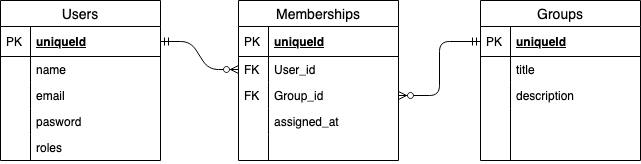
rihardsgrig/user_management_api keeps this draw.io diagram as docs/ERD.png. Above is the earlier version. Source tidied: cells renumbered, new cells last; positions are measured from the earlier drawing's top-left corner, leaving out a move shared by most shapes. The source it was exported from:
```xml
<mxGraphModel>
  <root>
    <mxCell id="0" />
    <mxCell id="1" parent="0" />
    <mxCell id="2" style="edgeStyle=entityRelationEdgeStyle;fontSize=12;html=1;endArrow=ERzeroToMany;exitX=1;exitY=0.5;exitDx=0;exitDy=0;endFill=1;startArrow=ERmandOne;startFill=0;entryX=0;entryY=0.5;entryDx=0;entryDy=0;" parent="1" edge="1" source="25" target="7">
      <mxGeometry relative="1" as="geometry" />
    </mxCell>
    <mxCell id="3" style="fontSize=12;html=1;endArrow=ERzeroToMany;exitX=0;exitY=0.5;exitDx=0;exitDy=0;entryX=1;entryY=0.5;entryDx=0;entryDy=0;endFill=1;startArrow=ERmandOne;startFill=0;edgeStyle=orthogonalEdgeStyle;" parent="1" edge="1" source="16" target="9">
      <mxGeometry relative="1" as="geometry" />
    </mxCell>
    <mxCell id="4" value="Memberships" style="swimlane;fontStyle=0;horizontal=1;startSize=26;align=center;fontSize=14;" parent="1" vertex="1">
      <mxGeometry x="238" width="160" height="160" as="geometry" />
    </mxCell>
    <mxCell id="5" value="uniqueId" style="shape=partialRectangle;top=0;left=0;right=0;bottom=1;align=left;verticalAlign=middle;fillColor=none;spacingLeft=34;spacingRight=4;overflow=hidden;fontStyle=5;fontSize=12;" parent="4" vertex="1">
      <mxGeometry y="26" width="160" height="30" as="geometry" />
    </mxCell>
    <mxCell id="6" value="PK" style="shape=partialRectangle;top=0;left=0;bottom=0;fillColor=none;align=left;verticalAlign=middle;spacingLeft=4;spacingRight=4;overflow=hidden;fontSize=12;" parent="5" vertex="1">
      <mxGeometry width="30" height="30" as="geometry" />
    </mxCell>
    <mxCell id="7" value="User_id" style="shape=partialRectangle;top=0;left=0;right=0;bottom=0;align=left;verticalAlign=top;fillColor=none;spacingLeft=34;spacingRight=4;overflow=hidden;points=[[0,0.5],[1,0.5]];portConstraint=eastwest;fontSize=12;" parent="4" vertex="1">
      <mxGeometry y="56" width="160" height="26" as="geometry" />
    </mxCell>
    <mxCell id="8" value="FK" style="shape=partialRectangle;top=0;left=0;bottom=0;fillColor=none;align=left;verticalAlign=top;spacingLeft=4;spacingRight=4;overflow=hidden;fontSize=12;" parent="7" vertex="1">
      <mxGeometry width="30" height="26" as="geometry" />
    </mxCell>
    <mxCell id="9" value="Group_id" style="shape=partialRectangle;top=0;left=0;right=0;bottom=0;align=left;verticalAlign=top;fillColor=none;spacingLeft=34;spacingRight=4;overflow=hidden;points=[[0,0.5],[1,0.5]];portConstraint=eastwest;fontSize=12;" parent="4" vertex="1">
      <mxGeometry y="82" width="160" height="26" as="geometry" />
    </mxCell>
    <mxCell id="10" value="FK" style="shape=partialRectangle;top=0;left=0;bottom=0;fillColor=none;align=left;verticalAlign=top;spacingLeft=4;spacingRight=4;overflow=hidden;fontSize=12;" parent="9" vertex="1">
      <mxGeometry width="30" height="26" as="geometry" />
    </mxCell>
    <mxCell id="11" value="assigned_at" style="shape=partialRectangle;top=0;left=0;right=0;bottom=0;align=left;verticalAlign=top;fillColor=none;spacingLeft=34;spacingRight=4;overflow=hidden;fontSize=12;" parent="4" vertex="1">
      <mxGeometry y="108" width="160" height="26" as="geometry" />
    </mxCell>
    <mxCell id="12" style="shape=partialRectangle;top=0;left=0;bottom=0;fillColor=none;align=left;verticalAlign=top;spacingLeft=4;spacingRight=4;overflow=hidden;fontSize=12;" parent="11" vertex="1">
      <mxGeometry width="30" height="26" as="geometry" />
    </mxCell>
    <mxCell id="13" style="shape=partialRectangle;top=0;left=0;right=0;bottom=0;align=left;verticalAlign=top;fillColor=none;spacingLeft=34;spacingRight=4;overflow=hidden;fontSize=12;" parent="4" vertex="1">
      <mxGeometry y="134" width="160" height="26" as="geometry" />
    </mxCell>
    <mxCell id="14" style="shape=partialRectangle;top=0;left=0;bottom=0;fillColor=none;align=left;verticalAlign=top;spacingLeft=4;spacingRight=4;overflow=hidden;fontSize=12;" parent="13" vertex="1">
      <mxGeometry width="30" height="26" as="geometry" />
    </mxCell>
    <mxCell id="15" value="Groups" style="swimlane;fontStyle=0;horizontal=1;startSize=26;align=center;fontSize=14;" parent="1" vertex="1">
      <mxGeometry x="480" width="160" height="160" as="geometry" />
    </mxCell>
    <mxCell id="16" value="uniqueId" style="shape=partialRectangle;top=0;left=0;right=0;bottom=1;align=left;verticalAlign=middle;fillColor=none;spacingLeft=34;spacingRight=4;overflow=hidden;points=[[0,0.5],[1,0.5]];portConstraint=eastwest;fontStyle=5;fontSize=12;" parent="15" vertex="1">
      <mxGeometry y="26" width="160" height="30" as="geometry" />
    </mxCell>
    <mxCell id="17" value="PK" style="shape=partialRectangle;top=0;left=0;bottom=0;fillColor=none;align=left;verticalAlign=middle;spacingLeft=4;spacingRight=4;overflow=hidden;fontSize=12;" parent="16" vertex="1">
      <mxGeometry width="30" height="30" as="geometry" />
    </mxCell>
    <mxCell id="18" value="title" style="shape=partialRectangle;top=0;left=0;right=0;bottom=0;align=left;verticalAlign=top;fillColor=none;spacingLeft=34;spacingRight=4;overflow=hidden;fontSize=12;" parent="15" vertex="1">
      <mxGeometry y="56" width="160" height="26" as="geometry" />
    </mxCell>
    <mxCell id="19" style="shape=partialRectangle;top=0;left=0;bottom=0;fillColor=none;align=left;verticalAlign=top;spacingLeft=4;spacingRight=4;overflow=hidden;fontSize=12;" parent="18" vertex="1">
      <mxGeometry width="30" height="26" as="geometry" />
    </mxCell>
    <mxCell id="20" value="description" style="shape=partialRectangle;top=0;left=0;right=0;bottom=0;align=left;verticalAlign=top;fillColor=none;spacingLeft=34;spacingRight=4;overflow=hidden;fontSize=12;" parent="15" vertex="1">
      <mxGeometry y="82" width="160" height="26" as="geometry" />
    </mxCell>
    <mxCell id="21" style="shape=partialRectangle;top=0;left=0;bottom=0;fillColor=none;align=left;verticalAlign=top;spacingLeft=4;spacingRight=4;overflow=hidden;fontSize=12;" parent="20" vertex="1">
      <mxGeometry width="30" height="26" as="geometry" />
    </mxCell>
    <mxCell id="22" style="shape=partialRectangle;top=0;left=0;right=0;bottom=0;align=left;verticalAlign=top;fillColor=none;spacingLeft=34;spacingRight=4;overflow=hidden;fontSize=12;" parent="15" vertex="1">
      <mxGeometry y="108" width="160" height="52" as="geometry" />
    </mxCell>
    <mxCell id="23" style="shape=partialRectangle;top=0;left=0;bottom=0;fillColor=none;align=left;verticalAlign=top;spacingLeft=4;spacingRight=4;overflow=hidden;fontSize=12;" parent="22" vertex="1">
      <mxGeometry width="30" height="52" as="geometry" />
    </mxCell>
    <mxCell id="24" value="Users" style="swimlane;fontStyle=0;horizontal=1;startSize=26;align=center;fontSize=14;" parent="1" vertex="1">
      <mxGeometry width="160" height="160" as="geometry" />
    </mxCell>
    <mxCell id="25" value="uniqueId" style="shape=partialRectangle;top=0;left=0;right=0;bottom=1;align=left;verticalAlign=middle;fillColor=none;spacingLeft=34;spacingRight=4;overflow=hidden;points=[[0,0.5],[1,0.5]];portConstraint=eastwest;fontStyle=5;fontSize=12;" parent="24" vertex="1">
      <mxGeometry y="26" width="160" height="30" as="geometry" />
    </mxCell>
    <mxCell id="26" value="PK" style="shape=partialRectangle;top=0;left=0;bottom=0;fillColor=none;align=left;verticalAlign=middle;spacingLeft=4;spacingRight=4;overflow=hidden;fontSize=12;" parent="25" vertex="1">
      <mxGeometry width="30" height="30" as="geometry" />
    </mxCell>
    <mxCell id="27" value="name" style="shape=partialRectangle;top=0;left=0;right=0;bottom=0;align=left;verticalAlign=top;fillColor=none;spacingLeft=34;spacingRight=4;overflow=hidden;fontSize=12;" parent="24" vertex="1">
      <mxGeometry y="56" width="160" height="26" as="geometry" />
    </mxCell>
    <mxCell id="28" style="shape=partialRectangle;top=0;left=0;bottom=0;fillColor=none;align=left;verticalAlign=top;spacingLeft=4;spacingRight=4;overflow=hidden;fontSize=12;" parent="27" vertex="1">
      <mxGeometry width="30" height="26" as="geometry" />
    </mxCell>
    <mxCell id="29" value="email" style="shape=partialRectangle;top=0;left=0;right=0;bottom=0;align=left;verticalAlign=top;fillColor=none;spacingLeft=34;spacingRight=4;overflow=hidden;fontSize=12;" parent="24" vertex="1">
      <mxGeometry y="82" width="160" height="26" as="geometry" />
    </mxCell>
    <mxCell id="30" style="shape=partialRectangle;top=0;left=0;bottom=0;fillColor=none;align=left;verticalAlign=top;spacingLeft=4;spacingRight=4;overflow=hidden;fontSize=12;" parent="29" vertex="1">
      <mxGeometry width="30" height="26" as="geometry" />
    </mxCell>
    <mxCell id="31" value="pasword" style="shape=partialRectangle;top=0;left=0;right=0;bottom=0;align=left;verticalAlign=top;fillColor=none;spacingLeft=34;spacingRight=4;overflow=hidden;fontSize=12;" parent="24" vertex="1">
      <mxGeometry y="108" width="160" height="26" as="geometry" />
    </mxCell>
    <mxCell id="32" style="shape=partialRectangle;top=0;left=0;bottom=0;fillColor=none;align=left;verticalAlign=top;spacingLeft=4;spacingRight=4;overflow=hidden;fontSize=12;" parent="31" vertex="1">
      <mxGeometry width="30" height="26" as="geometry" />
    </mxCell>
    <mxCell id="33" value="roles&#10;" style="shape=partialRectangle;top=0;left=0;right=0;bottom=0;align=left;verticalAlign=top;fillColor=none;spacingLeft=34;spacingRight=4;overflow=hidden;fontSize=12;" parent="24" vertex="1">
      <mxGeometry y="134" width="160" height="26" as="geometry" />
    </mxCell>
    <mxCell id="34" style="shape=partialRectangle;top=0;left=0;bottom=0;fillColor=none;align=left;verticalAlign=top;spacingLeft=4;spacingRight=4;overflow=hidden;fontSize=12;" parent="33" vertex="1">
      <mxGeometry width="30" height="26" as="geometry" />
    </mxCell>
  </root>
</mxGraphModel>
```
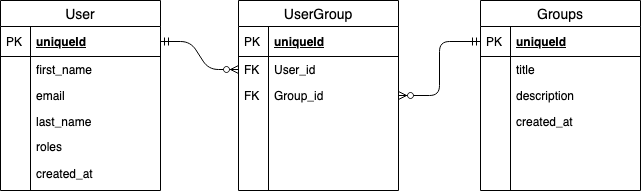
After the commit.

Diff of the diagram source:
```diff
@@ -8,8 +8,8 @@
     <mxCell id="3" style="fontSize=12;html=1;endArrow=ERzeroToMany;exitX=0;exitY=0.5;exitDx=0;exitDy=0;entryX=1;entryY=0.5;entryDx=0;entryDy=0;endFill=1;startArrow=ERmandOne;startFill=0;edgeStyle=orthogonalEdgeStyle;" parent="1" edge="1" source="16" target="9">
       <mxGeometry relative="1" as="geometry" />
     </mxCell>
-    <mxCell id="4" value="Memberships" style="swimlane;fontStyle=0;horizontal=1;startSize=26;align=center;fontSize=14;" parent="1" vertex="1">
-      <mxGeometry x="238" width="160" height="160" as="geometry" />
+    <mxCell id="4" value="UserGroup" style="swimlane;fontStyle=0;horizontal=1;startSize=26;align=center;fontSize=14;" parent="1" vertex="1">
+      <mxGeometry x="238" width="160" height="190" as="geometry" />
     </mxCell>
     <mxCell id="5" value="uniqueId" style="shape=partialRectangle;top=0;left=0;right=0;bottom=1;align=left;verticalAlign=middle;fillColor=none;spacingLeft=34;spacingRight=4;overflow=hidden;fontStyle=5;fontSize=12;" parent="4" vertex="1">
       <mxGeometry y="26" width="160" height="30" as="geometry" />
@@ -29,20 +29,20 @@
     <mxCell id="10" value="FK" style="shape=partialRectangle;top=0;left=0;bottom=0;fillColor=none;align=left;verticalAlign=top;spacingLeft=4;spacingRight=4;overflow=hidden;fontSize=12;" parent="9" vertex="1">
       <mxGeometry width="30" height="26" as="geometry" />
     </mxCell>
-    <mxCell id="11" value="assigned_at" style="shape=partialRectangle;top=0;left=0;right=0;bottom=0;align=left;verticalAlign=top;fillColor=none;spacingLeft=34;spacingRight=4;overflow=hidden;fontSize=12;" parent="4" vertex="1">
+    <mxCell id="11" style="shape=partialRectangle;top=0;left=0;right=0;bottom=0;align=left;verticalAlign=top;fillColor=none;spacingLeft=34;spacingRight=4;overflow=hidden;fontSize=12;" parent="4" vertex="1">
       <mxGeometry y="108" width="160" height="26" as="geometry" />
     </mxCell>
     <mxCell id="12" style="shape=partialRectangle;top=0;left=0;bottom=0;fillColor=none;align=left;verticalAlign=top;spacingLeft=4;spacingRight=4;overflow=hidden;fontSize=12;" parent="11" vertex="1">
       <mxGeometry width="30" height="26" as="geometry" />
     </mxCell>
     <mxCell id="13" style="shape=partialRectangle;top=0;left=0;right=0;bottom=0;align=left;verticalAlign=top;fillColor=none;spacingLeft=34;spacingRight=4;overflow=hidden;fontSize=12;" parent="4" vertex="1">
-      <mxGeometry y="134" width="160" height="26" as="geometry" />
+      <mxGeometry y="134" width="160" height="56" as="geometry" />
     </mxCell>
     <mxCell id="14" style="shape=partialRectangle;top=0;left=0;bottom=0;fillColor=none;align=left;verticalAlign=top;spacingLeft=4;spacingRight=4;overflow=hidden;fontSize=12;" parent="13" vertex="1">
-      <mxGeometry width="30" height="26" as="geometry" />
+      <mxGeometry width="30" height="56" as="geometry" />
     </mxCell>
     <mxCell id="15" value="Groups" style="swimlane;fontStyle=0;horizontal=1;startSize=26;align=center;fontSize=14;" parent="1" vertex="1">
-      <mxGeometry x="480" width="160" height="160" as="geometry" />
+      <mxGeometry x="480" width="160" height="190" as="geometry" />
     </mxCell>
     <mxCell id="16" value="uniqueId" style="shape=partialRectangle;top=0;left=0;right=0;bottom=1;align=left;verticalAlign=middle;fillColor=none;spacingLeft=34;spacingRight=4;overflow=hidden;points=[[0,0.5],[1,0.5]];portConstraint=eastwest;fontStyle=5;fontSize=12;" parent="15" vertex="1">
       <mxGeometry y="26" width="160" height="30" as="geometry" />
@@ -62,14 +62,14 @@
     <mxCell id="21" style="shape=partialRectangle;top=0;left=0;bottom=0;fillColor=none;align=left;verticalAlign=top;spacingLeft=4;spacingRight=4;overflow=hidden;fontSize=12;" parent="20" vertex="1">
       <mxGeometry width="30" height="26" as="geometry" />
     </mxCell>
-    <mxCell id="22" style="shape=partialRectangle;top=0;left=0;right=0;bottom=0;align=left;verticalAlign=top;fillColor=none;spacingLeft=34;spacingRight=4;overflow=hidden;fontSize=12;" parent="15" vertex="1">
-      <mxGeometry y="108" width="160" height="52" as="geometry" />
+    <mxCell id="22" value="created_at" style="shape=partialRectangle;top=0;left=0;right=0;bottom=0;align=left;verticalAlign=top;fillColor=none;spacingLeft=34;spacingRight=4;overflow=hidden;fontSize=12;" parent="15" vertex="1">
+      <mxGeometry y="108" width="160" height="82" as="geometry" />
     </mxCell>
     <mxCell id="23" style="shape=partialRectangle;top=0;left=0;bottom=0;fillColor=none;align=left;verticalAlign=top;spacingLeft=4;spacingRight=4;overflow=hidden;fontSize=12;" parent="22" vertex="1">
-      <mxGeometry width="30" height="52" as="geometry" />
+      <mxGeometry width="30" height="82" as="geometry" />
     </mxCell>
-    <mxCell id="24" value="Users" style="swimlane;fontStyle=0;horizontal=1;startSize=26;align=center;fontSize=14;" parent="1" vertex="1">
-      <mxGeometry width="160" height="160" as="geometry" />
+    <mxCell id="24" value="User" style="swimlane;fontStyle=0;horizontal=1;startSize=26;align=center;fontSize=14;" parent="1" vertex="1">
+      <mxGeometry width="160" height="190" as="geometry" />
     </mxCell>
     <mxCell id="25" value="uniqueId" style="shape=partialRectangle;top=0;left=0;right=0;bottom=1;align=left;verticalAlign=middle;fillColor=none;spacingLeft=34;spacingRight=4;overflow=hidden;points=[[0,0.5],[1,0.5]];portConstraint=eastwest;fontStyle=5;fontSize=12;" parent="24" vertex="1">
       <mxGeometry y="26" width="160" height="30" as="geometry" />
@@ -77,7 +77,7 @@
     <mxCell id="26" value="PK" style="shape=partialRectangle;top=0;left=0;bottom=0;fillColor=none;align=left;verticalAlign=middle;spacingLeft=4;spacingRight=4;overflow=hidden;fontSize=12;" parent="25" vertex="1">
       <mxGeometry width="30" height="30" as="geometry" />
     </mxCell>
-    <mxCell id="27" value="name" style="shape=partialRectangle;top=0;left=0;right=0;bottom=0;align=left;verticalAlign=top;fillColor=none;spacingLeft=34;spacingRight=4;overflow=hidden;fontSize=12;" parent="24" vertex="1">
+    <mxCell id="27" value="first_name" style="shape=partialRectangle;top=0;left=0;right=0;bottom=0;align=left;verticalAlign=top;fillColor=none;spacingLeft=34;spacingRight=4;overflow=hidden;fontSize=12;" parent="24" vertex="1">
       <mxGeometry y="56" width="160" height="26" as="geometry" />
     </mxCell>
     <mxCell id="28" style="shape=partialRectangle;top=0;left=0;bottom=0;fillColor=none;align=left;verticalAlign=top;spacingLeft=4;spacingRight=4;overflow=hidden;fontSize=12;" parent="27" vertex="1">
@@ -89,17 +89,23 @@
     <mxCell id="30" style="shape=partialRectangle;top=0;left=0;bottom=0;fillColor=none;align=left;verticalAlign=top;spacingLeft=4;spacingRight=4;overflow=hidden;fontSize=12;" parent="29" vertex="1">
       <mxGeometry width="30" height="26" as="geometry" />
     </mxCell>
-    <mxCell id="31" value="pasword" style="shape=partialRectangle;top=0;left=0;right=0;bottom=0;align=left;verticalAlign=top;fillColor=none;spacingLeft=34;spacingRight=4;overflow=hidden;fontSize=12;" parent="24" vertex="1">
+    <mxCell id="31" value="last_name" style="shape=partialRectangle;top=0;left=0;right=0;bottom=0;align=left;verticalAlign=top;fillColor=none;spacingLeft=34;spacingRight=4;overflow=hidden;fontSize=12;" parent="24" vertex="1">
       <mxGeometry y="108" width="160" height="26" as="geometry" />
     </mxCell>
     <mxCell id="32" style="shape=partialRectangle;top=0;left=0;bottom=0;fillColor=none;align=left;verticalAlign=top;spacingLeft=4;spacingRight=4;overflow=hidden;fontSize=12;" parent="31" vertex="1">
       <mxGeometry width="30" height="26" as="geometry" />
     </mxCell>
-    <mxCell id="33" value="roles&#10;" style="shape=partialRectangle;top=0;left=0;right=0;bottom=0;align=left;verticalAlign=top;fillColor=none;spacingLeft=34;spacingRight=4;overflow=hidden;fontSize=12;" parent="24" vertex="1">
+    <mxCell id="33" value="roles&#10;" style="shape=partialRectangle;top=0;left=0;right=0;bottom=0;align=left;verticalAlign=top;fillColor=none;spacingLeft=34;spacingRight=4;overflow=hidden;fontSize=12;spacingTop=-1;whiteSpace=wrap;" parent="24" vertex="1">
       <mxGeometry y="134" width="160" height="26" as="geometry" />
     </mxCell>
     <mxCell id="34" style="shape=partialRectangle;top=0;left=0;bottom=0;fillColor=none;align=left;verticalAlign=top;spacingLeft=4;spacingRight=4;overflow=hidden;fontSize=12;" parent="33" vertex="1">
       <mxGeometry width="30" height="26" as="geometry" />
     </mxCell>
+    <mxCell id="35" value="created_at" style="shape=partialRectangle;top=0;left=0;right=0;bottom=0;align=left;verticalAlign=top;fillColor=none;spacingLeft=34;spacingRight=4;overflow=hidden;fontSize=12;" parent="24" vertex="1">
+      <mxGeometry y="160" width="160" height="30" as="geometry" />
+    </mxCell>
+    <mxCell id="36" style="shape=partialRectangle;top=0;left=0;bottom=0;fillColor=none;align=left;verticalAlign=top;spacingLeft=4;spacingRight=4;overflow=hidden;fontSize=12;" parent="35" vertex="1">
+      <mxGeometry width="30" height="30" as="geometry" />
+    </mxCell>
   </root>
 </mxGraphModel>
```
